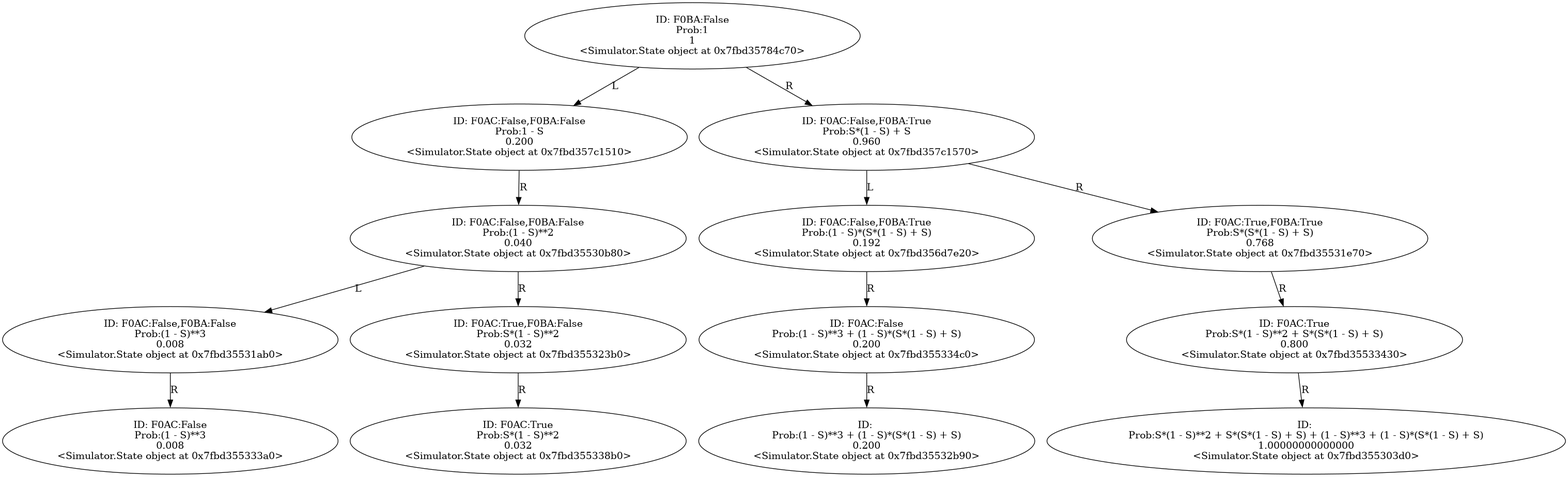
Before: Output/Digraph.gv.png, a diagram exported from Graphviz (YasinBoloorchi/WARP-Simulator). Its source is kept beside it as Output/Digraph.gv. Source of this version:
```dot
digraph "./Output/Digraph" {
	<Simulator.State object at 0x7fbd35784c70> [label="ID: F0BA:False
Prob:1
1
<Simulator.State object at 0x7fbd35784c70>"]
	<Simulator.State object at 0x7fbd35784c70> -> <Simulator.State object at 0x7fbd357c1510> [label=L]
	<Simulator.State object at 0x7fbd35784c70> -> <Simulator.State object at 0x7fbd357c1570> [label=R]
	<Simulator.State object at 0x7fbd357c1510> [label="ID: F0AC:False,F0BA:False
Prob:1 - S
0.200
<Simulator.State object at 0x7fbd357c1510>"]
	<Simulator.State object at 0x7fbd357c1510> -> <Simulator.State object at 0x7fbd35530b80> [label=R]
	<Simulator.State object at 0x7fbd357c1570> [label="ID: F0AC:False,F0BA:True
Prob:S*(1 - S) + S
0.960
<Simulator.State object at 0x7fbd357c1570>"]
	<Simulator.State object at 0x7fbd357c1570> -> <Simulator.State object at 0x7fbd356d7e20> [label=L]
	<Simulator.State object at 0x7fbd357c1570> -> <Simulator.State object at 0x7fbd35531e70> [label=R]
	<Simulator.State object at 0x7fbd35530b80> [label="ID: F0AC:False,F0BA:False
Prob:(1 - S)**2
0.040
<Simulator.State object at 0x7fbd35530b80>"]
	<Simulator.State object at 0x7fbd35530b80> -> <Simulator.State object at 0x7fbd35531ab0> [label=L]
	<Simulator.State object at 0x7fbd35530b80> -> <Simulator.State object at 0x7fbd355323b0> [label=R]
	<Simulator.State object at 0x7fbd356d7e20> [label="ID: F0AC:False,F0BA:True
Prob:(1 - S)*(S*(1 - S) + S)
0.192
<Simulator.State object at 0x7fbd356d7e20>"]
	<Simulator.State object at 0x7fbd356d7e20> -> <Simulator.State object at 0x7fbd355334c0> [label=R]
	<Simulator.State object at 0x7fbd35531e70> [label="ID: F0AC:True,F0BA:True
Prob:S*(S*(1 - S) + S)
0.768
<Simulator.State object at 0x7fbd35531e70>"]
	<Simulator.State object at 0x7fbd35531e70> -> <Simulator.State object at 0x7fbd35533430> [label=R]
	<Simulator.State object at 0x7fbd35531ab0> [label="ID: F0AC:False,F0BA:False
Prob:(1 - S)**3
0.008
<Simulator.State object at 0x7fbd35531ab0>"]
	<Simulator.State object at 0x7fbd35531ab0> -> <Simulator.State object at 0x7fbd355333a0> [label=R]
	<Simulator.State object at 0x7fbd355323b0> [label="ID: F0AC:True,F0BA:False
Prob:S*(1 - S)**2
0.032
<Simulator.State object at 0x7fbd355323b0>"]
	<Simulator.State object at 0x7fbd355323b0> -> <Simulator.State object at 0x7fbd355338b0> [label=R]
	<Simulator.State object at 0x7fbd355334c0> [label="ID: F0AC:False
Prob:(1 - S)**3 + (1 - S)*(S*(1 - S) + S)
0.200
<Simulator.State object at 0x7fbd355334c0>"]
	<Simulator.State object at 0x7fbd355334c0> -> <Simulator.State object at 0x7fbd35532b90> [label=R]
	<Simulator.State object at 0x7fbd35533430> [label="ID: F0AC:True
Prob:S*(1 - S)**2 + S*(S*(1 - S) + S)
0.800
<Simulator.State object at 0x7fbd35533430>"]
	<Simulator.State object at 0x7fbd35533430> -> <Simulator.State object at 0x7fbd355303d0> [label=R]
	<Simulator.State object at 0x7fbd355333a0> [label="ID: F0AC:False
Prob:(1 - S)**3
0.008
<Simulator.State object at 0x7fbd355333a0>"]
	<Simulator.State object at 0x7fbd355338b0> [label="ID: F0AC:True
Prob:S*(1 - S)**2
0.032
<Simulator.State object at 0x7fbd355338b0>"]
	<Simulator.State object at 0x7fbd35532b90> [label="ID:
Prob:(1 - S)**3 + (1 - S)*(S*(1 - S) + S)
0.200
<Simulator.State object at 0x7fbd35532b90>"]
	<Simulator.State object at 0x7fbd355303d0> [label="ID:
Prob:S*(1 - S)**2 + S*(S*(1 - S) + S) + (1 - S)**3 + (1 - S)*(S*(1 - S) + S)
1.00000000000000
<Simulator.State object at 0x7fbd355303d0>"]
}
```
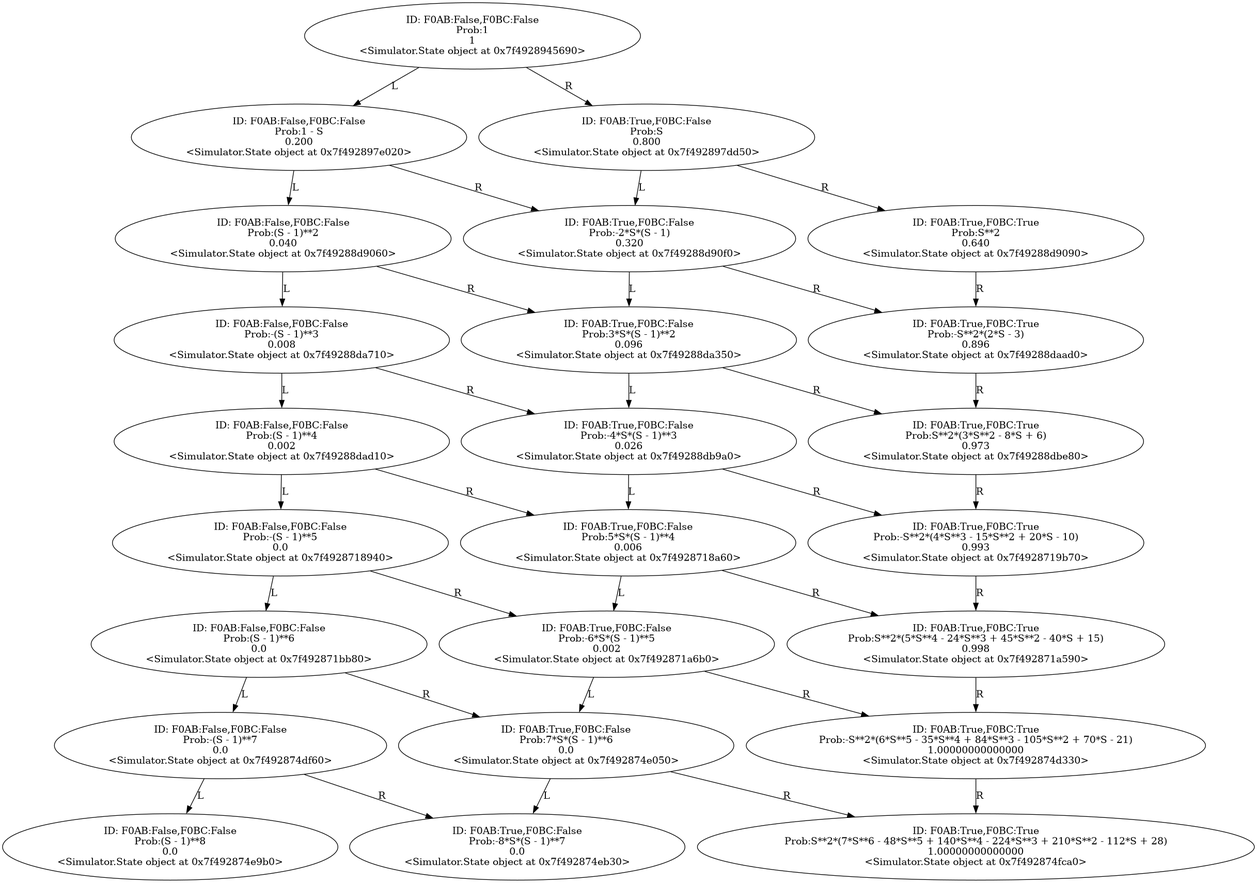
After the commit.

What changed in the source:
```diff
@@ -1,71 +1,134 @@
 digraph "./Output/Digraph" {
-	<Simulator.State object at 0x7fbd35784c70> [label="ID: F0BA:False
+	<Simulator.State object at 0x7f4928945690> [label="ID: F0AB:False,F0BC:False
 Prob:1
 1
-<Simulator.State object at 0x7fbd35784c70>"]
-	<Simulator.State object at 0x7fbd35784c70> -> <Simulator.State object at 0x7fbd357c1510> [label=L]
-	<Simulator.State object at 0x7fbd35784c70> -> <Simulator.State object at 0x7fbd357c1570> [label=R]
-	<Simulator.State object at 0x7fbd357c1510> [label="ID: F0AC:False,F0BA:False
+<Simulator.State object at 0x7f4928945690>"]
+	<Simulator.State object at 0x7f4928945690> -> <Simulator.State object at 0x7f492897e020> [label=L]
+	<Simulator.State object at 0x7f4928945690> -> <Simulator.State object at 0x7f492897dd50> [label=R]
+	<Simulator.State object at 0x7f492897e020> [label="ID: F0AB:False,F0BC:False
 Prob:1 - S
 0.200
-<Simulator.State object at 0x7fbd357c1510>"]
-	<Simulator.State object at 0x7fbd357c1510> -> <Simulator.State object at 0x7fbd35530b80> [label=R]
-	<Simulator.State object at 0x7fbd357c1570> [label="ID: F0AC:False,F0BA:True
-Prob:S*(1 - S) + S
-0.960
-<Simulator.State object at 0x7fbd357c1570>"]
-	<Simulator.State object at 0x7fbd357c1570> -> <Simulator.State object at 0x7fbd356d7e20> [label=L]
-	<Simulator.State object at 0x7fbd357c1570> -> <Simulator.State object at 0x7fbd35531e70> [label=R]
-	<Simulator.State object at 0x7fbd35530b80> [label="ID: F0AC:False,F0BA:False
-Prob:(1 - S)**2
+<Simulator.State object at 0x7f492897e020>"]
+	<Simulator.State object at 0x7f492897e020> -> <Simulator.State object at 0x7f49288d9060> [label=L]
+	<Simulator.State object at 0x7f492897e020> -> <Simulator.State object at 0x7f49288d90f0> [label=R]
+	<Simulator.State object at 0x7f492897dd50> [label="ID: F0AB:True,F0BC:False
+Prob:S
+0.800
+<Simulator.State object at 0x7f492897dd50>"]
+	<Simulator.State object at 0x7f492897dd50> -> <Simulator.State object at 0x7f49288d90f0> [label=L]
+	<Simulator.State object at 0x7f492897dd50> -> <Simulator.State object at 0x7f49288d9090> [label=R]
+	<Simulator.State object at 0x7f49288d9060> [label="ID: F0AB:False,F0BC:False
+Prob:(S - 1)**2
 0.040
-<Simulator.State object at 0x7fbd35530b80>"]
-	<Simulator.State object at 0x7fbd35530b80> -> <Simulator.State object at 0x7fbd35531ab0> [label=L]
-	<Simulator.State object at 0x7fbd35530b80> -> <Simulator.State object at 0x7fbd355323b0> [label=R]
-	<Simulator.State object at 0x7fbd356d7e20> [label="ID: F0AC:False,F0BA:True
-Prob:(1 - S)*(S*(1 - S) + S)
-0.192
-<Simulator.State object at 0x7fbd356d7e20>"]
-	<Simulator.State object at 0x7fbd356d7e20> -> <Simulator.State object at 0x7fbd355334c0> [label=R]
-	<Simulator.State object at 0x7fbd35531e70> [label="ID: F0AC:True,F0BA:True
-Prob:S*(S*(1 - S) + S)
-0.768
-<Simulator.State object at 0x7fbd35531e70>"]
-	<Simulator.State object at 0x7fbd35531e70> -> <Simulator.State object at 0x7fbd35533430> [label=R]
-	<Simulator.State object at 0x7fbd35531ab0> [label="ID: F0AC:False,F0BA:False
-Prob:(1 - S)**3
+<Simulator.State object at 0x7f49288d9060>"]
+	<Simulator.State object at 0x7f49288d9060> -> <Simulator.State object at 0x7f49288da710> [label=L]
+	<Simulator.State object at 0x7f49288d9060> -> <Simulator.State object at 0x7f49288da350> [label=R]
+	<Simulator.State object at 0x7f49288d90f0> [label="ID: F0AB:True,F0BC:False
+Prob:-2*S*(S - 1)
+0.320
+<Simulator.State object at 0x7f49288d90f0>"]
+	<Simulator.State object at 0x7f49288d90f0> -> <Simulator.State object at 0x7f49288da350> [label=L]
+	<Simulator.State object at 0x7f49288d90f0> -> <Simulator.State object at 0x7f49288daad0> [label=R]
+	<Simulator.State object at 0x7f49288d9090> [label="ID: F0AB:True,F0BC:True
+Prob:S**2
+0.640
+<Simulator.State object at 0x7f49288d9090>"]
+	<Simulator.State object at 0x7f49288d9090> -> <Simulator.State object at 0x7f49288daad0> [label=R]
+	<Simulator.State object at 0x7f49288da710> [label="ID: F0AB:False,F0BC:False
+Prob:-(S - 1)**3
 0.008
-<Simulator.State object at 0x7fbd35531ab0>"]
-	<Simulator.State object at 0x7fbd35531ab0> -> <Simulator.State object at 0x7fbd355333a0> [label=R]
-	<Simulator.State object at 0x7fbd355323b0> [label="ID: F0AC:True,F0BA:False
-Prob:S*(1 - S)**2
-0.032
-<Simulator.State object at 0x7fbd355323b0>"]
-	<Simulator.State object at 0x7fbd355323b0> -> <Simulator.State object at 0x7fbd355338b0> [label=R]
-	<Simulator.State object at 0x7fbd355334c0> [label="ID: F0AC:False
-Prob:(1 - S)**3 + (1 - S)*(S*(1 - S) + S)
-0.200
-<Simulator.State object at 0x7fbd355334c0>"]
-	<Simulator.State object at 0x7fbd355334c0> -> <Simulator.State object at 0x7fbd35532b90> [label=R]
-	<Simulator.State object at 0x7fbd35533430> [label="ID: F0AC:True
-Prob:S*(1 - S)**2 + S*(S*(1 - S) + S)
-0.800
-<Simulator.State object at 0x7fbd35533430>"]
-	<Simulator.State object at 0x7fbd35533430> -> <Simulator.State object at 0x7fbd355303d0> [label=R]
-	<Simulator.State object at 0x7fbd355333a0> [label="ID: F0AC:False
-Prob:(1 - S)**3
-0.008
-<Simulator.State object at 0x7fbd355333a0>"]
-	<Simulator.State object at 0x7fbd355338b0> [label="ID: F0AC:True
-Prob:S*(1 - S)**2
-0.032
-<Simulator.State object at 0x7fbd355338b0>"]
-	<Simulator.State object at 0x7fbd35532b90> [label="ID:
-Prob:(1 - S)**3 + (1 - S)*(S*(1 - S) + S)
-0.200
-<Simulator.State object at 0x7fbd35532b90>"]
-	<Simulator.State object at 0x7fbd355303d0> [label="ID:
-Prob:S*(1 - S)**2 + S*(S*(1 - S) + S) + (1 - S)**3 + (1 - S)*(S*(1 - S) + S)
+<Simulator.State object at 0x7f49288da710>"]
+	<Simulator.State object at 0x7f49288da710> -> <Simulator.State object at 0x7f49288dad10> [label=L]
+	<Simulator.State object at 0x7f49288da710> -> <Simulator.State object at 0x7f49288db9a0> [label=R]
+	<Simulator.State object at 0x7f49288da350> [label="ID: F0AB:True,F0BC:False
+Prob:3*S*(S - 1)**2
+0.096
+<Simulator.State object at 0x7f49288da350>"]
+	<Simulator.State object at 0x7f49288da350> -> <Simulator.State object at 0x7f49288db9a0> [label=L]
+	<Simulator.State object at 0x7f49288da350> -> <Simulator.State object at 0x7f49288dbe80> [label=R]
+	<Simulator.State object at 0x7f49288daad0> [label="ID: F0AB:True,F0BC:True
+Prob:-S**2*(2*S - 3)
+0.896
+<Simulator.State object at 0x7f49288daad0>"]
+	<Simulator.State object at 0x7f49288daad0> -> <Simulator.State object at 0x7f49288dbe80> [label=R]
+	<Simulator.State object at 0x7f49288dad10> [label="ID: F0AB:False,F0BC:False
+Prob:(S - 1)**4
+0.002
+<Simulator.State object at 0x7f49288dad10>"]
+	<Simulator.State object at 0x7f49288dad10> -> <Simulator.State object at 0x7f4928718940> [label=L]
+	<Simulator.State object at 0x7f49288dad10> -> <Simulator.State object at 0x7f4928718a60> [label=R]
+	<Simulator.State object at 0x7f49288db9a0> [label="ID: F0AB:True,F0BC:False
+Prob:-4*S*(S - 1)**3
+0.026
+<Simulator.State object at 0x7f49288db9a0>"]
+	<Simulator.State object at 0x7f49288db9a0> -> <Simulator.State object at 0x7f4928718a60> [label=L]
+	<Simulator.State object at 0x7f49288db9a0> -> <Simulator.State object at 0x7f4928719b70> [label=R]
+	<Simulator.State object at 0x7f49288dbe80> [label="ID: F0AB:True,F0BC:True
+Prob:S**2*(3*S**2 - 8*S + 6)
+0.973
+<Simulator.State object at 0x7f49288dbe80>"]
+	<Simulator.State object at 0x7f49288dbe80> -> <Simulator.State object at 0x7f4928719b70> [label=R]
+	<Simulator.State object at 0x7f4928718940> [label="ID: F0AB:False,F0BC:False
+Prob:-(S - 1)**5
+0.0
+<Simulator.State object at 0x7f4928718940>"]
+	<Simulator.State object at 0x7f4928718940> -> <Simulator.State object at 0x7f492871bb80> [label=L]
+	<Simulator.State object at 0x7f4928718940> -> <Simulator.State object at 0x7f492871a6b0> [label=R]
+	<Simulator.State object at 0x7f4928718a60> [label="ID: F0AB:True,F0BC:False
+Prob:5*S*(S - 1)**4
+0.006
+<Simulator.State object at 0x7f4928718a60>"]
+	<Simulator.State object at 0x7f4928718a60> -> <Simulator.State object at 0x7f492871a6b0> [label=L]
+	<Simulator.State object at 0x7f4928718a60> -> <Simulator.State object at 0x7f492871a590> [label=R]
+	<Simulator.State object at 0x7f4928719b70> [label="ID: F0AB:True,F0BC:True
+Prob:-S**2*(4*S**3 - 15*S**2 + 20*S - 10)
+0.993
+<Simulator.State object at 0x7f4928719b70>"]
+	<Simulator.State object at 0x7f4928719b70> -> <Simulator.State object at 0x7f492871a590> [label=R]
+	<Simulator.State object at 0x7f492871bb80> [label="ID: F0AB:False,F0BC:False
+Prob:(S - 1)**6
+0.0
+<Simulator.State object at 0x7f492871bb80>"]
+	<Simulator.State object at 0x7f492871bb80> -> <Simulator.State object at 0x7f492874df60> [label=L]
+	<Simulator.State object at 0x7f492871bb80> -> <Simulator.State object at 0x7f492874e050> [label=R]
+	<Simulator.State object at 0x7f492871a6b0> [label="ID: F0AB:True,F0BC:False
+Prob:-6*S*(S - 1)**5
+0.002
+<Simulator.State object at 0x7f492871a6b0>"]
+	<Simulator.State object at 0x7f492871a6b0> -> <Simulator.State object at 0x7f492874e050> [label=L]
+	<Simulator.State object at 0x7f492871a6b0> -> <Simulator.State object at 0x7f492874d330> [label=R]
+	<Simulator.State object at 0x7f492871a590> [label="ID: F0AB:True,F0BC:True
+Prob:S**2*(5*S**4 - 24*S**3 + 45*S**2 - 40*S + 15)
+0.998
+<Simulator.State object at 0x7f492871a590>"]
+	<Simulator.State object at 0x7f492871a590> -> <Simulator.State object at 0x7f492874d330> [label=R]
+	<Simulator.State object at 0x7f492874df60> [label="ID: F0AB:False,F0BC:False
+Prob:-(S - 1)**7
+0.0
+<Simulator.State object at 0x7f492874df60>"]
+	<Simulator.State object at 0x7f492874df60> -> <Simulator.State object at 0x7f492874e9b0> [label=L]
+	<Simulator.State object at 0x7f492874df60> -> <Simulator.State object at 0x7f492874eb30> [label=R]
+	<Simulator.State object at 0x7f492874e050> [label="ID: F0AB:True,F0BC:False
+Prob:7*S*(S - 1)**6
+0.0
+<Simulator.State object at 0x7f492874e050>"]
+	<Simulator.State object at 0x7f492874e050> -> <Simulator.State object at 0x7f492874eb30> [label=L]
+	<Simulator.State object at 0x7f492874e050> -> <Simulator.State object at 0x7f492874fca0> [label=R]
+	<Simulator.State object at 0x7f492874d330> [label="ID: F0AB:True,F0BC:True
+Prob:-S**2*(6*S**5 - 35*S**4 + 84*S**3 - 105*S**2 + 70*S - 21)
 1.00000000000000
-<Simulator.State object at 0x7fbd355303d0>"]
+<Simulator.State object at 0x7f492874d330>"]
+	<Simulator.State object at 0x7f492874d330> -> <Simulator.State object at 0x7f492874fca0> [label=R]
+	<Simulator.State object at 0x7f492874e9b0> [label="ID: F0AB:False,F0BC:False
+Prob:(S - 1)**8
+0.0
+<Simulator.State object at 0x7f492874e9b0>"]
+	<Simulator.State object at 0x7f492874eb30> [label="ID: F0AB:True,F0BC:False
+Prob:-8*S*(S - 1)**7
+0.0
+<Simulator.State object at 0x7f492874eb30>"]
+	<Simulator.State object at 0x7f492874fca0> [label="ID: F0AB:True,F0BC:True
+Prob:S**2*(7*S**6 - 48*S**5 + 140*S**4 - 224*S**3 + 210*S**2 - 112*S + 28)
+1.00000000000000
+<Simulator.State object at 0x7f492874fca0>"]
 }
```
